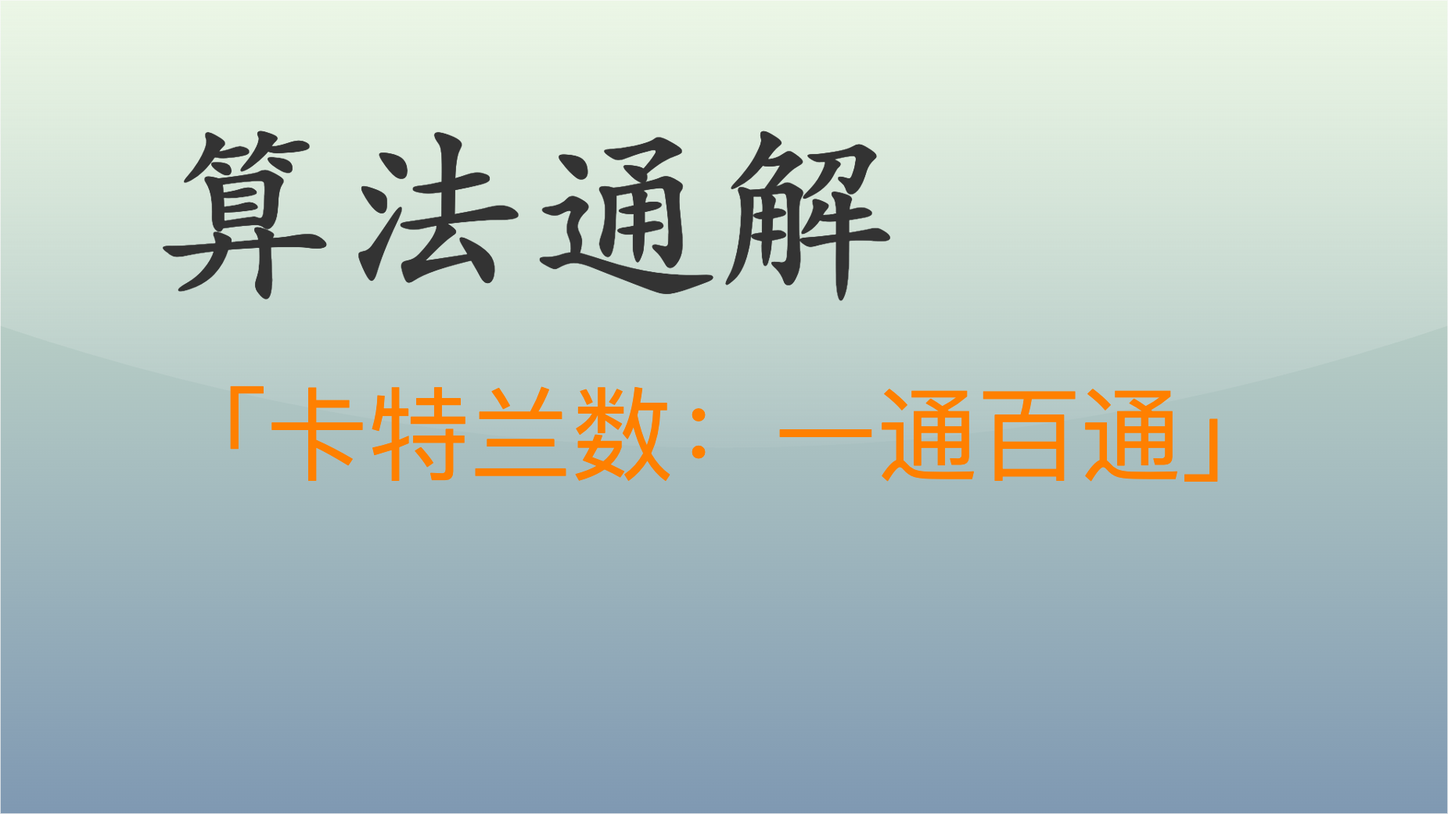
This is articles/general/the-essence-of-computing/assets/卡特兰数：一通百通.drawio.png from ThreeFish-AI/threefish-ai.github.io, a draw.io export, as it was before one commit. Source tidied: cells renumbered, new cells last; positions are measured from the earlier drawing's top-left corner, leaving out a move shared by most shapes. Source of this version:
```xml
<mxGraphModel>
  <root>
    <mxCell id="0" />
    <mxCell id="1" parent="0" />
    <mxCell id="2" style="rounded=0;whiteSpace=wrap;html=1;spacingLeft=470;opacity=50;textOpacity=50;gradientColor=#003366;fillColor=#B9E0A5;glass=1;shadow=0;" parent="1" vertex="1">
      <mxGeometry width="1850" height="1040" as="geometry" />
    </mxCell>
    <mxCell id="3" value="&lt;font color=&quot;#333333&quot; size=&quot;1&quot; style=&quot;&quot;&gt;&lt;b style=&quot;font-size: 240px;&quot;&gt;算法通解&lt;/b&gt;&lt;/font&gt;" style="text;html=1;align=left;verticalAlign=middle;strokeColor=none;fillColor=none;fontColor=default;fontFamily=Kaiti SC;" parent="1" vertex="1">
      <mxGeometry x="190" y="110" width="980" height="300" as="geometry" />
    </mxCell>
    <mxCell id="4" value="&lt;span style=&quot;font-family: 宋体; text-align: left; font-size: 130px;&quot;&gt;&lt;font color=&quot;#ff8000&quot; style=&quot;font-size: 130px;&quot;&gt;「卡特兰数：一通百通」&lt;/font&gt;&lt;/span&gt;" style="text;html=1;align=center;verticalAlign=middle;strokeColor=none;fillColor=none;fontSize=130;fontColor=default;" parent="1" vertex="1">
      <mxGeometry x="200" y="470" width="1450" height="170" as="geometry" />
    </mxCell>
  </root>
</mxGraphModel>
```
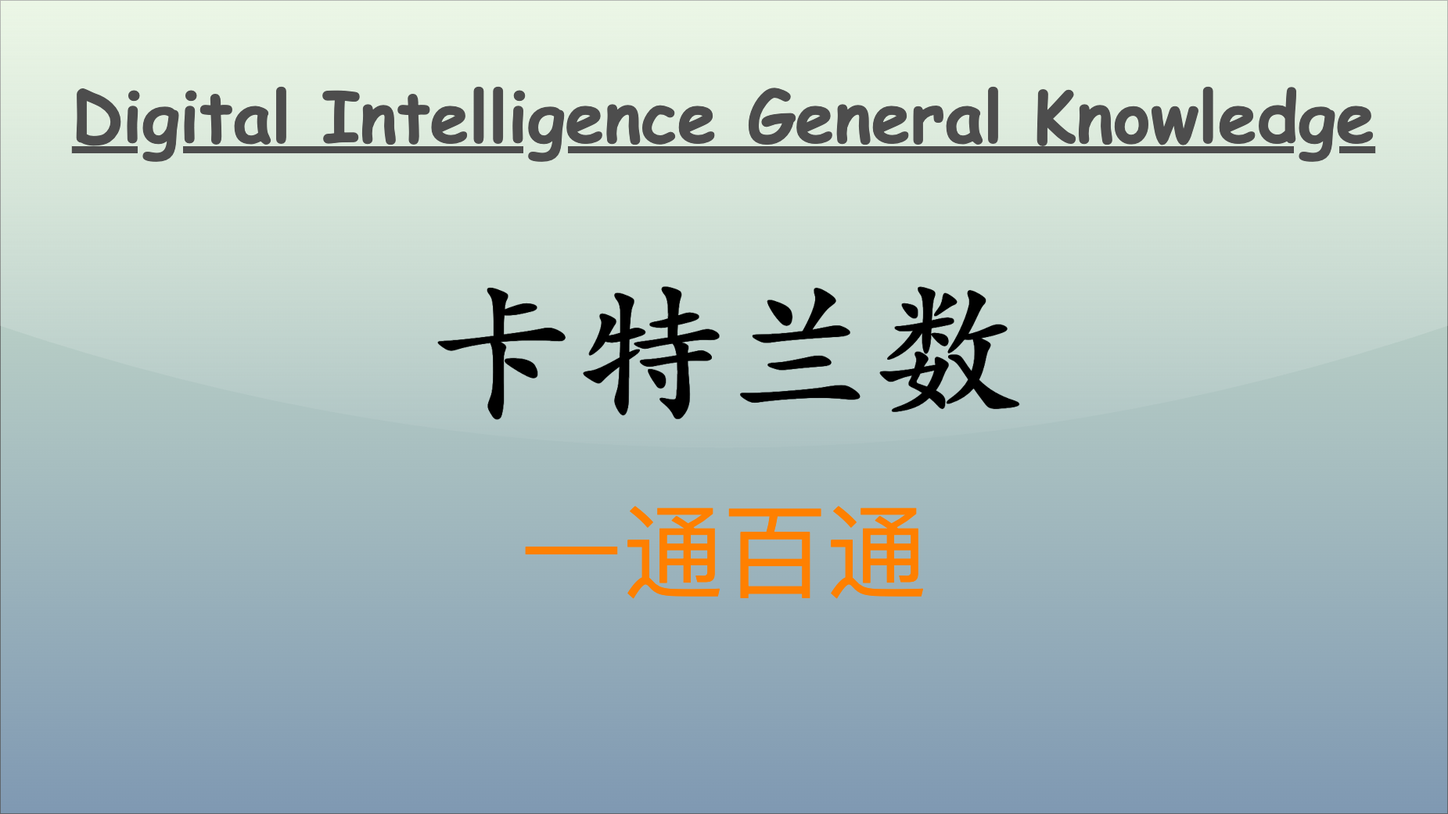
The same diagram one commit later.

The edit, as a diff of the source:
```diff
@@ -5,11 +5,14 @@
     <mxCell id="2" style="rounded=0;whiteSpace=wrap;html=1;spacingLeft=470;opacity=50;textOpacity=50;gradientColor=#003366;fillColor=#B9E0A5;glass=1;shadow=0;" parent="1" vertex="1">
       <mxGeometry width="1850" height="1040" as="geometry" />
     </mxCell>
-    <mxCell id="3" value="&lt;font color=&quot;#333333&quot; size=&quot;1&quot; style=&quot;&quot;&gt;&lt;b style=&quot;font-size: 240px;&quot;&gt;算法通解&lt;/b&gt;&lt;/font&gt;" style="text;html=1;align=left;verticalAlign=middle;strokeColor=none;fillColor=none;fontColor=default;fontFamily=Kaiti SC;" parent="1" vertex="1">
-      <mxGeometry x="190" y="110" width="980" height="300" as="geometry" />
-    </mxCell>
-    <mxCell id="4" value="&lt;span style=&quot;font-family: 宋体; text-align: left; font-size: 130px;&quot;&gt;&lt;font color=&quot;#ff8000&quot; style=&quot;font-size: 130px;&quot;&gt;「卡特兰数：一通百通」&lt;/font&gt;&lt;/span&gt;" style="text;html=1;align=center;verticalAlign=middle;strokeColor=none;fillColor=none;fontSize=130;fontColor=default;" parent="1" vertex="1">
-      <mxGeometry x="200" y="470" width="1450" height="170" as="geometry" />
+    <mxCell id="4" value="&lt;span style=&quot;font-family: 宋体; text-align: left; background-color: initial;&quot;&gt;&lt;font color=&quot;#ff8000&quot;&gt;一通百通&lt;/font&gt;&lt;/span&gt;" style="text;html=1;align=center;verticalAlign=middle;strokeColor=none;fillColor=none;fontSize=130;fontColor=default;" parent="1" vertex="1">
+      <mxGeometry x="655" y="620" width="540" height="170" as="geometry" />
     </mxCell>
+    <mxCell id="5" value="Digital Intelligence General Knowledge" style="text;align=center;verticalAlign=top;strokeColor=none;fillColor=none;fontColor=#4D4D4D;fontFamily=Comic Sans MS;rotation=0;rounded=0;labelBackgroundColor=none;labelBorderColor=none;gradientColor=#B3B3B3;textShadow=0;fontSize=90;fontStyle=5;" parent="1" vertex="1">
+      <mxGeometry x="80" y="86" width="1690" height="120" as="geometry" />
+    </mxCell>
+    <mxCell id="6" value="&lt;font size=&quot;1&quot; style=&quot;&quot;&gt;&lt;b style=&quot;&quot;&gt;&lt;span style=&quot;font-size: 190px;&quot;&gt;卡特兰数&lt;/span&gt;&lt;/b&gt;&lt;/font&gt;" style="text;html=1;align=center;verticalAlign=middle;strokeColor=none;fillColor=none;fontColor=#000000;fontFamily=Kaiti SC;" parent="1" vertex="1">
+      <mxGeometry x="535" y="320" width="780" height="240" as="geometry" />
+    </mxCell>
   </root>
 </mxGraphModel>
```
